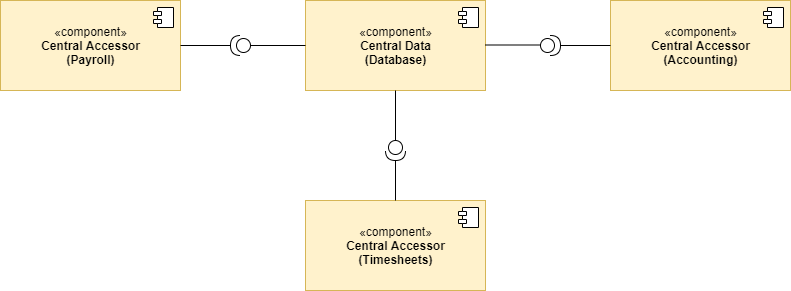
The draw.io diagram Architectural styles/Repository-based Systems/Data Accessors.png in smitbmx/Architecture-Diagrams, before a commit. Source tidied: cells renumbered, new cells last; positions are measured from the earlier drawing's top-left corner, leaving out a move shared by most shapes. Source of this version:
```xml
<mxGraphModel>
  <root>
    <mxCell id="0" />
    <mxCell id="1" parent="0" />
    <mxCell id="2" value="«component»&lt;br&gt;&lt;b&gt;Central Data&lt;br&gt;(Database)&lt;br&gt;&lt;/b&gt;" style="html=1;fillColor=#fff2cc;strokeColor=#d6b656;fontColor=default;" parent="1" vertex="1">
      <mxGeometry x="305" width="180" height="90" as="geometry" />
    </mxCell>
    <mxCell id="3" style="shape=module;jettyWidth=8;jettyHeight=4;" parent="2" vertex="1">
      <mxGeometry x="1" width="20" height="20" relative="1" as="geometry">
        <mxPoint x="-27" y="7" as="offset" />
      </mxGeometry>
    </mxCell>
    <mxCell id="4" value="«component»&lt;br&gt;&lt;b&gt;Central Accessor&lt;br&gt;(Payroll)&lt;br&gt;&lt;/b&gt;" style="html=1;fillColor=#fff2cc;strokeColor=#d6b656;fontColor=default;" parent="1" vertex="1">
      <mxGeometry width="180" height="90" as="geometry" />
    </mxCell>
    <mxCell id="5" style="shape=module;jettyWidth=8;jettyHeight=4;" parent="4" vertex="1">
      <mxGeometry x="1" width="20" height="20" relative="1" as="geometry">
        <mxPoint x="-27" y="7" as="offset" />
      </mxGeometry>
    </mxCell>
    <mxCell id="6" value="«component»&lt;br&gt;&lt;b&gt;Central Accessor&lt;br&gt;(Accounting)&lt;br&gt;&lt;/b&gt;" style="html=1;fillColor=#fff2cc;strokeColor=#d6b656;fontColor=default;" parent="1" vertex="1">
      <mxGeometry x="610" width="180" height="90" as="geometry" />
    </mxCell>
    <mxCell id="7" style="shape=module;jettyWidth=8;jettyHeight=4;" parent="6" vertex="1">
      <mxGeometry x="1" width="20" height="20" relative="1" as="geometry">
        <mxPoint x="-27" y="7" as="offset" />
      </mxGeometry>
    </mxCell>
    <mxCell id="8" value="«component»&lt;br&gt;&lt;b&gt;Central Accessor&lt;br&gt;(Timesheets)&lt;br&gt;&lt;/b&gt;" style="html=1;fillColor=#fff2cc;strokeColor=#d6b656;fontColor=default;" parent="1" vertex="1">
      <mxGeometry x="305" y="200" width="180" height="90" as="geometry" />
    </mxCell>
    <mxCell id="9" style="shape=module;jettyWidth=8;jettyHeight=4;" parent="8" vertex="1">
      <mxGeometry x="1" width="20" height="20" relative="1" as="geometry">
        <mxPoint x="-27" y="7" as="offset" />
      </mxGeometry>
    </mxCell>
    <mxCell id="10" style="shape=providedRequiredInterface;html=1;verticalLabelPosition=bottom;sketch=0;fontColor=default;strokeColor=default;fillColor=default;" parent="1" vertex="1">
      <mxGeometry x="540" y="35" width="20" height="20" as="geometry" />
    </mxCell>
    <mxCell id="11" style="shape=providedRequiredInterface;html=1;verticalLabelPosition=bottom;sketch=0;fontColor=default;strokeColor=default;fillColor=default;rotation=-180;" parent="1" vertex="1">
      <mxGeometry x="230" y="35" width="20" height="20" as="geometry" />
    </mxCell>
    <mxCell id="12" style="shape=providedRequiredInterface;html=1;verticalLabelPosition=bottom;sketch=0;fontColor=default;strokeColor=default;fillColor=default;rotation=90;" parent="1" vertex="1">
      <mxGeometry x="385" y="140" width="20" height="20" as="geometry" />
    </mxCell>
    <mxCell id="13" style="endArrow=none;html=1;rounded=0;fontColor=default;exitX=0;exitY=0.5;exitDx=0;exitDy=0;exitPerimeter=0;strokeColor=default;labelBackgroundColor=default;entryX=0;entryY=0.5;entryDx=0;entryDy=0;" parent="1" edge="1" source="11" target="2">
      <mxGeometry relative="1" as="geometry" />
    </mxCell>
    <mxCell id="14" style="endArrow=none;html=1;rounded=0;fontColor=default;exitX=0;exitY=0.5;exitDx=0;exitDy=0;exitPerimeter=0;strokeColor=default;labelBackgroundColor=default;entryX=0;entryY=0.5;entryDx=0;entryDy=0;" parent="1" edge="1">
      <mxGeometry relative="1" as="geometry">
        <mxPoint x="485" y="44.5" as="sourcePoint" />
        <mxPoint x="540" y="44.5" as="targetPoint" />
      </mxGeometry>
    </mxCell>
    <mxCell id="15" style="endArrow=none;html=1;rounded=0;labelBackgroundColor=default;fontColor=default;strokeColor=default;exitX=1;exitY=0.5;exitDx=0;exitDy=0;exitPerimeter=0;entryX=1;entryY=0.5;entryDx=0;entryDy=0;" parent="1" edge="1" source="11" target="4">
      <mxGeometry relative="1" as="geometry" />
    </mxCell>
    <mxCell id="16" style="endArrow=none;html=1;rounded=0;labelBackgroundColor=default;fontColor=default;strokeColor=default;entryX=0.5;entryY=1;entryDx=0;entryDy=0;exitX=0;exitY=0.5;exitDx=0;exitDy=0;exitPerimeter=0;" parent="1" edge="1" source="12" target="2">
      <mxGeometry relative="1" as="geometry" />
    </mxCell>
    <mxCell id="17" style="endArrow=none;html=1;rounded=0;labelBackgroundColor=default;fontColor=default;strokeColor=default;entryX=1;entryY=0.5;entryDx=0;entryDy=0;entryPerimeter=0;exitX=0.5;exitY=0;exitDx=0;exitDy=0;" parent="1" edge="1" source="8" target="12">
      <mxGeometry relative="1" as="geometry" />
    </mxCell>
    <mxCell id="18" style="endArrow=none;html=1;rounded=0;labelBackgroundColor=default;fontColor=default;strokeColor=default;exitX=0;exitY=0.5;exitDx=0;exitDy=0;entryX=1;entryY=0.5;entryDx=0;entryDy=0;entryPerimeter=0;" parent="1" edge="1" source="6" target="10">
      <mxGeometry relative="1" as="geometry" />
    </mxCell>
  </root>
</mxGraphModel>
```
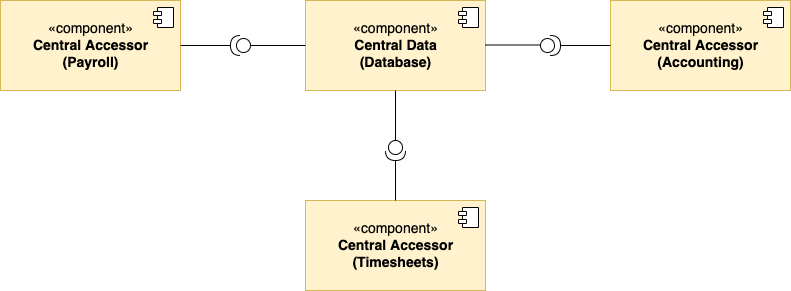
The same file after the commit.

Change to the diagram source:
```diff
@@ -2,7 +2,7 @@
   <root>
     <mxCell id="0" />
     <mxCell id="1" parent="0" />
-    <mxCell id="2" value="«component»&lt;br&gt;&lt;b&gt;Central Data&lt;br&gt;(Database)&lt;br&gt;&lt;/b&gt;" style="html=1;fillColor=#fff2cc;strokeColor=#d6b656;fontColor=default;" parent="1" vertex="1">
+    <mxCell id="2" value="«component»&lt;br style=&quot;font-size: 14px;&quot;&gt;&lt;b style=&quot;font-size: 14px;&quot;&gt;Central Data&lt;br style=&quot;font-size: 14px;&quot;&gt;(Database)&lt;br style=&quot;font-size: 14px;&quot;&gt;&lt;/b&gt;" style="html=1;fillColor=#fff2cc;strokeColor=#d6b656;fontColor=default;fontSize=14;" parent="1" vertex="1">
       <mxGeometry x="305" width="180" height="90" as="geometry" />
     </mxCell>
     <mxCell id="3" style="shape=module;jettyWidth=8;jettyHeight=4;" parent="2" vertex="1">
@@ -10,7 +10,7 @@
         <mxPoint x="-27" y="7" as="offset" />
       </mxGeometry>
     </mxCell>
-    <mxCell id="4" value="«component»&lt;br&gt;&lt;b&gt;Central Accessor&lt;br&gt;(Payroll)&lt;br&gt;&lt;/b&gt;" style="html=1;fillColor=#fff2cc;strokeColor=#d6b656;fontColor=default;" parent="1" vertex="1">
+    <mxCell id="4" value="«component»&lt;br style=&quot;font-size: 14px;&quot;&gt;&lt;b style=&quot;font-size: 14px;&quot;&gt;Central Accessor&lt;br style=&quot;font-size: 14px;&quot;&gt;(Payroll)&lt;br style=&quot;font-size: 14px;&quot;&gt;&lt;/b&gt;" style="html=1;fillColor=#fff2cc;strokeColor=#d6b656;fontColor=default;fontSize=14;" parent="1" vertex="1">
       <mxGeometry width="180" height="90" as="geometry" />
     </mxCell>
     <mxCell id="5" style="shape=module;jettyWidth=8;jettyHeight=4;" parent="4" vertex="1">
@@ -18,7 +18,7 @@
         <mxPoint x="-27" y="7" as="offset" />
       </mxGeometry>
     </mxCell>
-    <mxCell id="6" value="«component»&lt;br&gt;&lt;b&gt;Central Accessor&lt;br&gt;(Accounting)&lt;br&gt;&lt;/b&gt;" style="html=1;fillColor=#fff2cc;strokeColor=#d6b656;fontColor=default;" parent="1" vertex="1">
+    <mxCell id="6" value="«component»&lt;br style=&quot;font-size: 14px;&quot;&gt;&lt;b style=&quot;font-size: 14px;&quot;&gt;Central Accessor&lt;br style=&quot;font-size: 14px;&quot;&gt;(Accounting)&lt;br style=&quot;font-size: 14px;&quot;&gt;&lt;/b&gt;" style="html=1;fillColor=#fff2cc;strokeColor=#d6b656;fontColor=default;fontSize=14;" parent="1" vertex="1">
       <mxGeometry x="610" width="180" height="90" as="geometry" />
     </mxCell>
     <mxCell id="7" style="shape=module;jettyWidth=8;jettyHeight=4;" parent="6" vertex="1">
@@ -26,7 +26,7 @@
         <mxPoint x="-27" y="7" as="offset" />
       </mxGeometry>
     </mxCell>
-    <mxCell id="8" value="«component»&lt;br&gt;&lt;b&gt;Central Accessor&lt;br&gt;(Timesheets)&lt;br&gt;&lt;/b&gt;" style="html=1;fillColor=#fff2cc;strokeColor=#d6b656;fontColor=default;" parent="1" vertex="1">
+    <mxCell id="8" value="«component»&lt;br style=&quot;font-size: 14px;&quot;&gt;&lt;b style=&quot;font-size: 14px;&quot;&gt;Central Accessor&lt;br style=&quot;font-size: 14px;&quot;&gt;(Timesheets)&lt;br style=&quot;font-size: 14px;&quot;&gt;&lt;/b&gt;" style="html=1;fillColor=#fff2cc;strokeColor=#d6b656;fontColor=default;fontSize=14;" parent="1" vertex="1">
       <mxGeometry x="305" y="200" width="180" height="90" as="geometry" />
     </mxCell>
     <mxCell id="9" style="shape=module;jettyWidth=8;jettyHeight=4;" parent="8" vertex="1">
```
